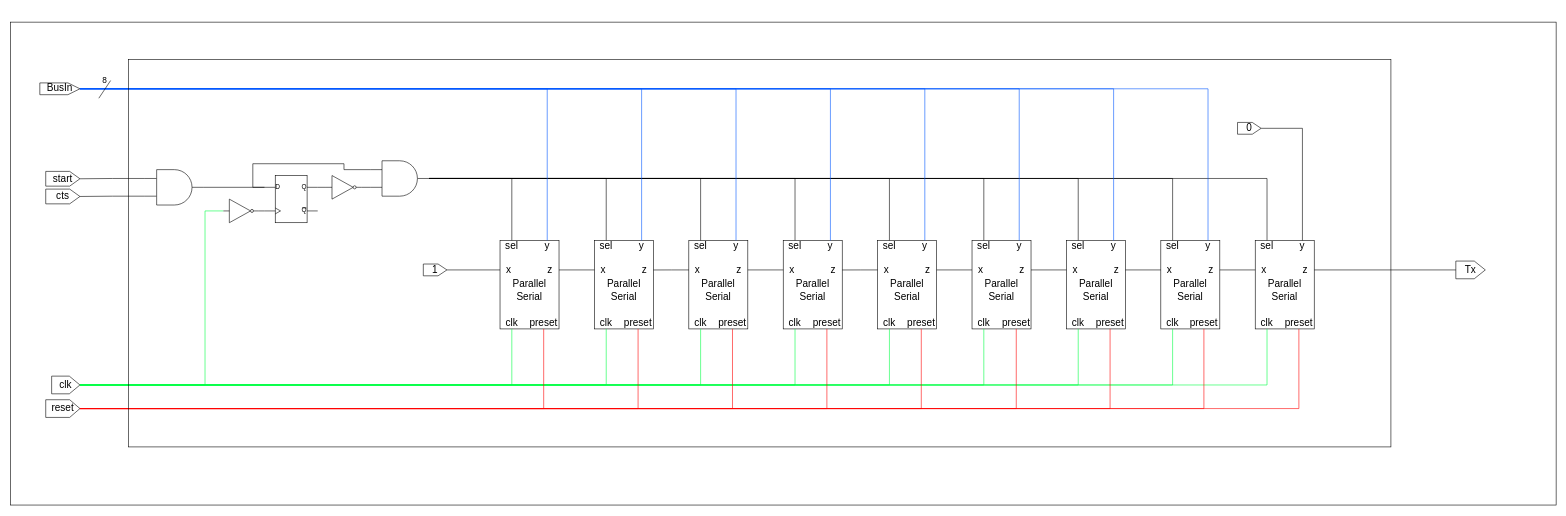
Above: page "Serializer" (7 of 10) of Uart.drawio in FlavioRenzi/UART_Project (draw.io), before the change. Source tidied: cells renumbered, new cells numbered last; positions are measured from the earlier drawing's top-left corner, leaving out a move shared by most shapes. Both pictures are drawn from the tidied source at 59%, with x=0, y=0 at pixel (10, 22).
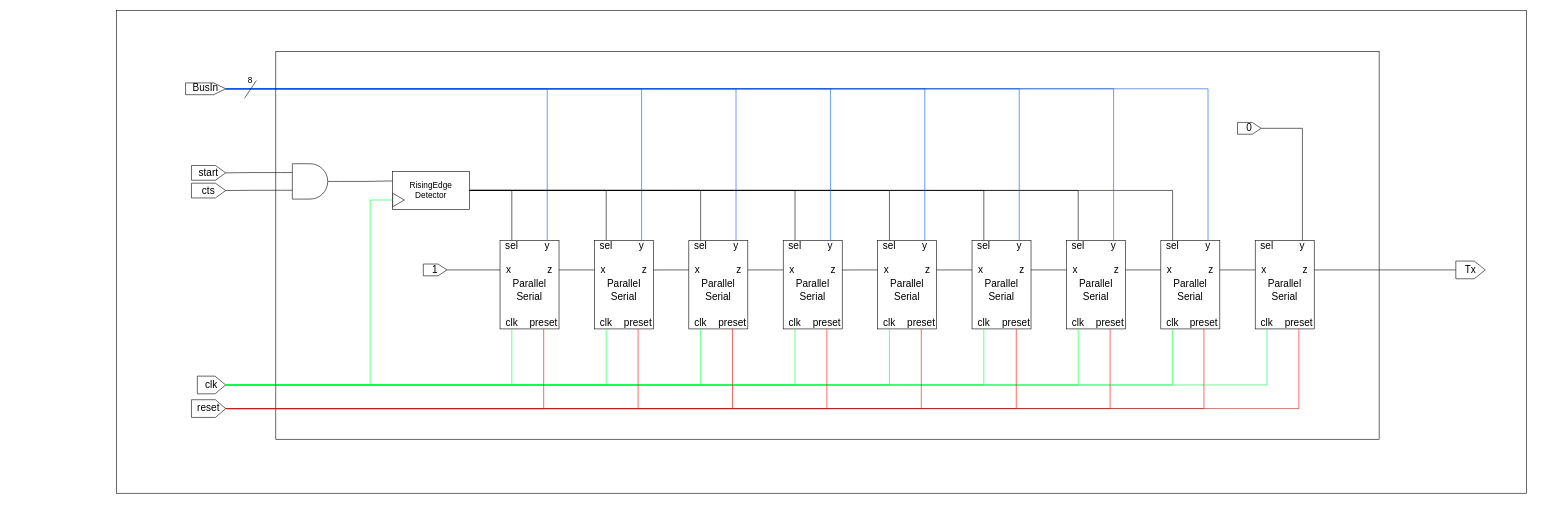
Above is the later version.

The change refers to these unchanged cells:
```xml
<mxCell id="4" value="sel" style="text;html=1;strokeColor=none;fillColor=none;align=center;verticalAlign=middle;whiteSpace=wrap;rounded=0;fontSize=17;" parent="2" vertex="1">
  <mxGeometry width="40" height="20" as="geometry" />
</mxCell>
<mxCell id="13" value="sel" style="text;html=1;strokeColor=none;fillColor=none;align=center;verticalAlign=middle;whiteSpace=wrap;rounded=0;fontSize=17;" parent="11" vertex="1">
  <mxGeometry width="40" height="20" as="geometry" />
</mxCell>
<mxCell id="22" value="sel" style="text;html=1;strokeColor=none;fillColor=none;align=center;verticalAlign=middle;whiteSpace=wrap;rounded=0;fontSize=17;" parent="20" vertex="1">
  <mxGeometry width="40" height="20" as="geometry" />
</mxCell>
<mxCell id="31" value="sel" style="text;html=1;strokeColor=none;fillColor=none;align=center;verticalAlign=middle;whiteSpace=wrap;rounded=0;fontSize=17;" parent="29" vertex="1">
  <mxGeometry width="40" height="20" as="geometry" />
</mxCell>
<mxCell id="40" value="sel" style="text;html=1;strokeColor=none;fillColor=none;align=center;verticalAlign=middle;whiteSpace=wrap;rounded=0;fontSize=17;" parent="38" vertex="1">
  <mxGeometry width="40" height="20" as="geometry" />
</mxCell>
<mxCell id="49" value="sel" style="text;html=1;strokeColor=none;fillColor=none;align=center;verticalAlign=middle;whiteSpace=wrap;rounded=0;fontSize=17;" parent="47" vertex="1">
  <mxGeometry width="40" height="20" as="geometry" />
</mxCell>
<mxCell id="58" value="sel" style="text;html=1;strokeColor=none;fillColor=none;align=center;verticalAlign=middle;whiteSpace=wrap;rounded=0;fontSize=17;" parent="56" vertex="1">
  <mxGeometry width="40" height="20" as="geometry" />
</mxCell>
<mxCell id="67" value="sel" style="text;html=1;strokeColor=none;fillColor=none;align=center;verticalAlign=middle;whiteSpace=wrap;rounded=0;fontSize=17;" parent="65" vertex="1">
  <mxGeometry width="40" height="20" as="geometry" />
</mxCell>
<mxCell id="76" value="sel" style="text;html=1;strokeColor=none;fillColor=none;align=center;verticalAlign=middle;whiteSpace=wrap;rounded=0;fontSize=17;" parent="74" vertex="1">
  <mxGeometry width="40" height="20" as="geometry" />
</mxCell>
```

The edit, as a diff of the source:
```diff
@@
-    <mxCell id="91" style="edgeStyle=orthogonalEdgeStyle;rounded=0;jettySize=auto;html=1;exitX=1;exitY=0.25;exitDx=0;exitDy=0;exitPerimeter=0;entryX=0;entryY=0.5;entryDx=0;entryDy=0;entryPerimeter=0;endArrow=none;endFill=0;fontSize=17;" parent="1" edge="1" source="92" target="94">
-      <mxGeometry relative="1" as="geometry" />
-    </mxCell>
-    <mxCell id="92" style="verticalLabelPosition=bottom;shadow=0;dashed=0;align=center;html=1;verticalAlign=top;shape=mxgraph.electrical.logic_gates.d_type_flip-flop;fillColor=#ffffff;fontSize=17;" parent="1" vertex="1">
-      <mxGeometry x="431" y="260" width="90" height="80" as="geometry" />
-    </mxCell>
-    <mxCell id="93" style="edgeStyle=orthogonalEdgeStyle;rounded=0;jettySize=auto;html=1;exitX=1;exitY=0.5;exitDx=0;exitDy=0;exitPerimeter=0;entryX=0;entryY=0.75;entryDx=0;entryDy=0;entryPerimeter=0;endArrow=none;endFill=0;fontSize=17;" parent="1" edge="1" source="94" target="97">
-      <mxGeometry relative="1" as="geometry" />
-    </mxCell>
-    <mxCell id="94" style="verticalLabelPosition=bottom;shadow=0;dashed=0;align=center;html=1;verticalAlign=top;shape=mxgraph.electrical.logic_gates.inverter_2;fillColor=#ffffff;fontSize=17;" parent="1" vertex="1">
-      <mxGeometry x="535" y="260" width="60" height="40" as="geometry" />
-    </mxCell>
-    <mxCell id="95" style="edgeStyle=orthogonalEdgeStyle;rounded=0;jettySize=auto;html=1;exitX=1;exitY=0.5;exitDx=0;exitDy=0;exitPerimeter=0;entryX=0.5;entryY=0;entryDx=0;entryDy=0;endArrow=none;endFill=0;fontSize=17;" parent="1" edge="1" source="97" target="4">
-      <mxGeometry relative="1" as="geometry" />
-    </mxCell>
-    <mxCell id="96" style="edgeStyle=orthogonalEdgeStyle;rounded=0;jettySize=auto;html=1;exitX=0;exitY=0.25;exitDx=0;exitDy=0;exitPerimeter=0;entryX=0;entryY=0.25;entryDx=0;entryDy=0;entryPerimeter=0;endArrow=none;endFill=0;fontSize=17;" parent="1" edge="1" source="97" target="92">
-      <mxGeometry relative="1" as="geometry" />
-    </mxCell>
-    <mxCell id="97" style="verticalLabelPosition=bottom;shadow=0;dashed=0;align=center;html=1;verticalAlign=top;shape=mxgraph.electrical.logic_gates.logic_gate;operation=and;fillColor=#ffffff;fontSize=17;" parent="1" vertex="1">
-      <mxGeometry x="610" y="235" width="100" height="60" as="geometry" />
-    </mxCell>
-    <mxCell id="98" style="edgeStyle=orthogonalEdgeStyle;rounded=0;jettySize=auto;html=1;exitX=1;exitY=0.5;exitDx=0;exitDy=0;exitPerimeter=0;entryX=0;entryY=0.25;entryDx=0;entryDy=0;entryPerimeter=0;endArrow=none;endFill=0;fontSize=17;" parent="1" edge="1" source="101" target="92">
+    <mxCell id="98" style="edgeStyle=orthogonalEdgeStyle;rounded=0;jettySize=auto;html=1;exitX=1;exitY=0.5;exitDx=0;exitDy=0;exitPerimeter=0;entryX=0;entryY=0.25;entryDx=0;entryDy=0;endArrow=none;endFill=0;fontSize=17;" parent="1" edge="1" source="101" target="154">
       <mxGeometry relative="1" as="geometry" />
     </mxCell>
@@
     <mxCell id="101" style="verticalLabelPosition=bottom;shadow=0;dashed=0;align=center;html=1;verticalAlign=top;shape=mxgraph.electrical.logic_gates.logic_gate;operation=and;fillColor=#ffffff;fontSize=17;" parent="1" vertex="1">
-      <mxGeometry x="228" y="250" width="100" height="60" as="geometry" />
+      <mxGeometry x="458" y="240" width="100" height="60" as="geometry" />
     </mxCell>
-    <mxCell id="102" style="edgeStyle=orthogonalEdgeStyle;rounded=0;jettySize=auto;html=1;exitX=1;exitY=0.5;exitDx=0;exitDy=0;exitPerimeter=0;entryX=0;entryY=0.75;entryDx=0;entryDy=0;entryPerimeter=0;endArrow=none;endFill=0;fontSize=17;" parent="1" edge="1" source="103" target="92">
-      <mxGeometry relative="1" as="geometry" />
-    </mxCell>
-    <mxCell id="103" style="verticalLabelPosition=bottom;shadow=0;dashed=0;align=center;html=1;verticalAlign=top;shape=mxgraph.electrical.logic_gates.inverter_2;fillColor=#ffffff;fontSize=17;" parent="1" vertex="1">
-      <mxGeometry x="361" y="300" width="60" height="40" as="geometry" />
-    </mxCell>
-    <mxCell id="104" style="edgeStyle=orthogonalEdgeStyle;rounded=0;jettySize=auto;html=1;exitX=0.5;exitY=0;exitDx=0;exitDy=0;entryX=1;entryY=0.5;entryDx=0;entryDy=0;entryPerimeter=0;endArrow=none;endFill=0;fontSize=17;" parent="1" edge="1" source="13" target="97">
+    <mxCell id="104" style="edgeStyle=orthogonalEdgeStyle;rounded=0;jettySize=auto;html=1;exitX=0.5;exitY=0;exitDx=0;exitDy=0;entryX=1;entryY=0.5;entryDx=0;entryDy=0;endArrow=none;endFill=0;fontSize=17;" parent="1" edge="1" source="13" target="154">
       <mxGeometry relative="1" as="geometry" />
     </mxCell>
-    <mxCell id="105" style="edgeStyle=orthogonalEdgeStyle;rounded=0;jettySize=auto;html=1;exitX=0.5;exitY=0;exitDx=0;exitDy=0;entryX=1;entryY=0.5;entryDx=0;entryDy=0;entryPerimeter=0;endArrow=none;endFill=0;fontSize=17;" parent="1" edge="1" source="22" target="97">
+    <mxCell id="105" style="edgeStyle=orthogonalEdgeStyle;rounded=0;jettySize=auto;html=1;exitX=0.5;exitY=0;exitDx=0;exitDy=0;entryX=1;entryY=0.5;entryDx=0;entryDy=0;endArrow=none;endFill=0;fontSize=17;" parent="1" edge="1" source="22" target="154">
       <mxGeometry relative="1" as="geometry" />
     </mxCell>
-    <mxCell id="106" style="edgeStyle=orthogonalEdgeStyle;rounded=0;jettySize=auto;html=1;exitX=0.5;exitY=0;exitDx=0;exitDy=0;entryX=1;entryY=0.5;entryDx=0;entryDy=0;entryPerimeter=0;endArrow=none;endFill=0;fontSize=17;" parent="1" edge="1" source="31" target="97">
+    <mxCell id="106" style="edgeStyle=orthogonalEdgeStyle;rounded=0;jettySize=auto;html=1;exitX=0.5;exitY=0;exitDx=0;exitDy=0;entryX=1;entryY=0.5;entryDx=0;entryDy=0;endArrow=none;endFill=0;fontSize=17;" parent="1" edge="1" source="31" target="154">
       <mxGeometry relative="1" as="geometry" />
     </mxCell>
-    <mxCell id="107" style="edgeStyle=orthogonalEdgeStyle;rounded=0;jettySize=auto;html=1;exitX=0.5;exitY=0;exitDx=0;exitDy=0;entryX=1;entryY=0.5;entryDx=0;entryDy=0;entryPerimeter=0;endArrow=none;endFill=0;fontSize=17;" parent="1" edge="1" source="40" target="97">
+    <mxCell id="107" style="edgeStyle=orthogonalEdgeStyle;rounded=0;jettySize=auto;html=1;exitX=0.5;exitY=0;exitDx=0;exitDy=0;entryX=1;entryY=0.5;entryDx=0;entryDy=0;endArrow=none;endFill=0;fontSize=17;" parent="1" edge="1" source="40" target="154">
       <mxGeometry relative="1" as="geometry" />
     </mxCell>
-    <mxCell id="108" style="edgeStyle=orthogonalEdgeStyle;rounded=0;jettySize=auto;html=1;exitX=0.5;exitY=0;exitDx=0;exitDy=0;endArrow=none;endFill=0;entryX=1;entryY=0.5;entryDx=0;entryDy=0;entryPerimeter=0;fontSize=17;" parent="1" edge="1" source="49" target="97">
+    <mxCell id="108" style="edgeStyle=orthogonalEdgeStyle;rounded=0;jettySize=auto;html=1;exitX=0.5;exitY=0;exitDx=0;exitDy=0;endArrow=none;endFill=0;entryX=1;entryY=0.5;entryDx=0;entryDy=0;fontSize=17;" parent="1" edge="1" source="49" target="154">
       <mxGeometry relative="1" as="geometry" />
     </mxCell>
-    <mxCell id="109" style="edgeStyle=orthogonalEdgeStyle;rounded=0;jettySize=auto;html=1;exitX=0.5;exitY=0;exitDx=0;exitDy=0;endArrow=none;endFill=0;entryX=1;entryY=0.5;entryDx=0;entryDy=0;entryPerimeter=0;fontSize=17;" parent="1" edge="1" source="58" target="97">
+    <mxCell id="109" style="edgeStyle=orthogonalEdgeStyle;rounded=0;jettySize=auto;html=1;exitX=0.5;exitY=0;exitDx=0;exitDy=0;endArrow=none;endFill=0;entryX=1;entryY=0.5;entryDx=0;entryDy=0;fontSize=17;" parent="1" edge="1" source="58" target="154">
       <mxGeometry relative="1" as="geometry" />
     </mxCell>
-    <mxCell id="110" style="edgeStyle=orthogonalEdgeStyle;rounded=0;jettySize=auto;html=1;exitX=0.5;exitY=0;exitDx=0;exitDy=0;endArrow=none;endFill=0;entryX=1;entryY=0.5;entryDx=0;entryDy=0;entryPerimeter=0;fontSize=17;" parent="1" edge="1" source="67" target="97">
+    <mxCell id="110" style="edgeStyle=orthogonalEdgeStyle;rounded=0;jettySize=auto;html=1;exitX=0.5;exitY=0;exitDx=0;exitDy=0;endArrow=none;endFill=0;entryX=1;entryY=0.5;entryDx=0;entryDy=0;fontSize=17;" parent="1" edge="1" source="67" target="154">
       <mxGeometry relative="1" as="geometry" />
     </mxCell>
-    <mxCell id="111" style="edgeStyle=orthogonalEdgeStyle;rounded=0;jettySize=auto;html=1;exitX=0.5;exitY=0;exitDx=0;exitDy=0;entryX=1;entryY=0.5;entryDx=0;entryDy=0;entryPerimeter=0;endArrow=none;endFill=0;fontSize=17;" parent="1" edge="1" source="76" target="97">
-      <mxGeometry relative="1" as="geometry" />
-    </mxCell>
-    <mxCell id="112" style="edgeStyle=orthogonalEdgeStyle;rounded=0;jettySize=auto;html=1;exitX=0.5;exitY=1;exitDx=0;exitDy=0;entryX=0;entryY=0.5;entryDx=0;entryDy=0;entryPerimeter=0;endArrow=none;endFill=0;strokeColor=#00FF44;fontSize=17;" parent="1" edge="1" source="113" target="103">
+    <mxCell id="112" style="edgeStyle=orthogonalEdgeStyle;rounded=0;jettySize=auto;html=1;exitX=0.5;exitY=1;exitDx=0;exitDy=0;entryX=0;entryY=0.5;entryDx=0;entryDy=0;endArrow=none;endFill=0;strokeColor=#00FF44;fontSize=17;" parent="1" edge="1" source="113" target="155">
       <mxGeometry relative="1" as="geometry">
         <Array as="points">
-          <mxPoint x="330" y="615" />
-          <mxPoint x="330" y="320" />
+          <mxPoint x="610" y="615" />
+          <mxPoint x="610" y="302" />
         </Array>
       </mxGeometry>
     </mxCell>
     <mxCell id="113" value="clk" style="shape=offPageConnector;whiteSpace=wrap;html=1;rotation=0;size=0.375;direction=north;fontSize=17;" parent="1" vertex="1">
-      <mxGeometry x="70" y="600" width="48" height="30" as="geometry" />
+      <mxGeometry x="317" y="600" width="48" height="30" as="geometry" />
     </mxCell>
     <mxCell id="114" value="reset" style="shape=offPageConnector;whiteSpace=wrap;html=1;rotation=0;size=0.3;direction=north;fontSize=17;" parent="1" vertex="1">
-      <mxGeometry x="60" y="640" width="58" height="30" as="geometry" />
+      <mxGeometry x="307" y="640" width="58" height="30" as="geometry" />
     </mxCell>
@@
     <mxCell id="134" value="BusIn" style="shape=offPageConnector;whiteSpace=wrap;html=1;rotation=0;size=0.3;direction=north;fontSize=17;" parent="1" vertex="1">
-      <mxGeometry x="50" y="103" width="68" height="20" as="geometry" />
+      <mxGeometry x="297" y="103" width="68" height="20" as="geometry" />
     </mxCell>
@@
     <mxCell id="146" value="cts" style="shape=offPageConnector;whiteSpace=wrap;html=1;rotation=0;size=0.3;direction=north;fontSize=17;" parent="1" vertex="1">
-      <mxGeometry x="60" y="283" width="58" height="25" as="geometry" />
+      <mxGeometry x="307" y="273" width="58" height="25" as="geometry" />
     </mxCell>
     <mxCell id="147" value="start" style="shape=offPageConnector;whiteSpace=wrap;html=1;rotation=0;size=0.3;direction=north;fontSize=17;" parent="1" vertex="1">
-      <mxGeometry x="60" y="253" width="58" height="25" as="geometry" />
+      <mxGeometry x="307" y="243" width="58" height="25" as="geometry" />
     </mxCell>
@@
     <mxCell id="150" style="rounded=0;whiteSpace=wrap;html=1;fontSize=17;fillColor=none;" parent="1" vertex="1">
-      <mxGeometry x="200" y="63" width="2140" height="657" as="geometry" />
+      <mxGeometry x="450" y="50" width="1870" height="657" as="geometry" />
     </mxCell>
     <mxCell id="151" style="rounded=0;whiteSpace=wrap;html=1;fontSize=17;fillColor=none;" parent="1" vertex="1">
-      <mxGeometry width="2620" height="818.5" as="geometry" />
+      <mxGeometry x="180" y="-20" width="2390" height="818.5" as="geometry" />
     </mxCell>
     <mxCell id="152" style="endArrow=none;html=1;fontSize=14;fontColor=#FF0505;" parent="1" edge="1">
       <mxGeometry relative="1" as="geometry">
-        <mxPoint x="150" y="129" as="sourcePoint" />
-        <mxPoint x="170" y="99" as="targetPoint" />
+        <mxPoint x="397" y="129" as="sourcePoint" />
+        <mxPoint x="417" y="99" as="targetPoint" />
       </mxGeometry>
     </mxCell>
     <mxCell id="153" value="&lt;font color=&quot;#000000&quot;&gt;8&lt;/font&gt;" style="text;html=1;strokeColor=none;fillColor=none;align=center;verticalAlign=middle;whiteSpace=wrap;rounded=0;fontSize=14;fontColor=#FF0505;" parent="1" vertex="1">
-      <mxGeometry x="140" y="89" width="40" height="20" as="geometry" />
+      <mxGeometry x="387" y="89" width="40" height="20" as="geometry" />
     </mxCell>
+    <mxCell id="154" value="RisingEdge&lt;br style=&quot;font-size: 14px;&quot;&gt;Detector" style="rounded=0;whiteSpace=wrap;html=1;fontSize=14;" parent="1" vertex="1">
+      <mxGeometry x="648" y="253" width="130" height="64.5" as="geometry" />
+    </mxCell>
+    <mxCell id="155" style="triangle;whiteSpace=wrap;html=1;fontSize=14;" parent="1" vertex="1">
+      <mxGeometry x="648" y="290" width="20" height="23" as="geometry" />
+    </mxCell>
+    <mxCell id="156" style="edgeStyle=orthogonalEdgeStyle;rounded=0;jettySize=auto;html=1;exitX=0.5;exitY=0;exitDx=0;exitDy=0;entryX=1;entryY=0.5;entryDx=0;entryDy=0;fontSize=14;endArrow=none;endFill=0;" parent="1" edge="1" source="4" target="154">
+      <mxGeometry relative="1" as="geometry" />
+    </mxCell>
```
